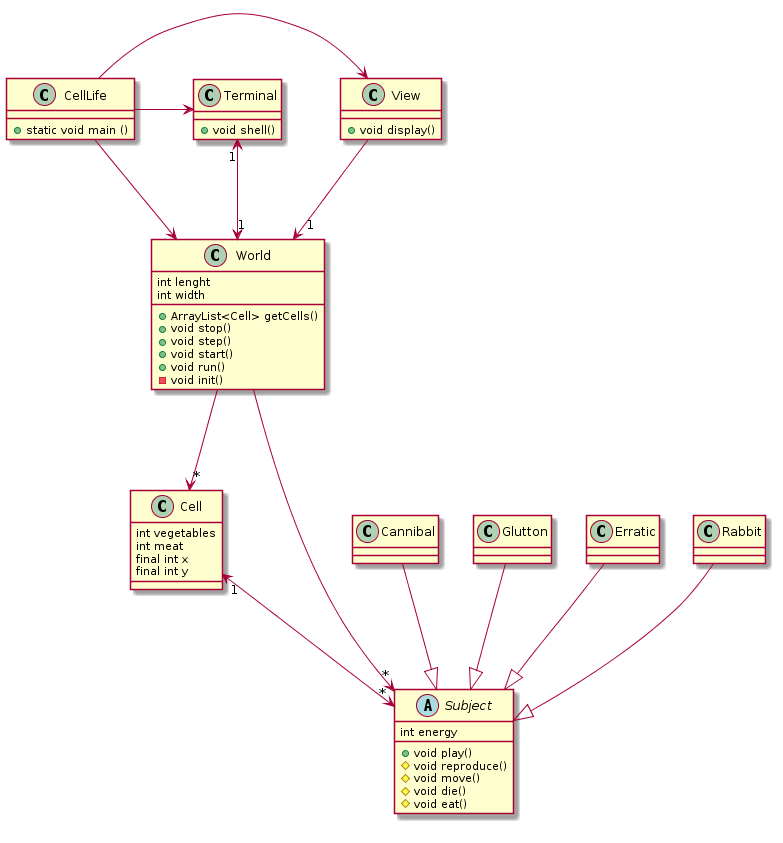
Above: proj/uml.png in LMG/celllife (PlantUML), before the change.
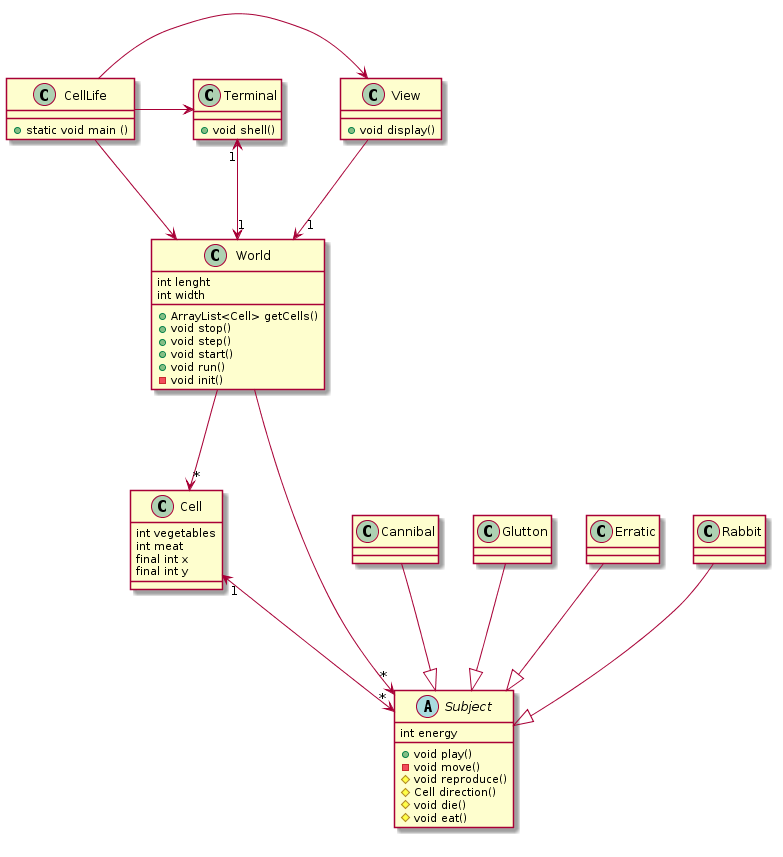
The same diagram one commit later.

Commit message:
Modifiaction Class Subject

What changed in the source:
```diff
@@ -49,8 +49,9 @@
 
 abstract class Subject {
 	+ void play()
+	- void move()
 	# void reproduce()
-	# void move()
+	# Cell direction()
 	# void die()
 	# void eat()
 
```
